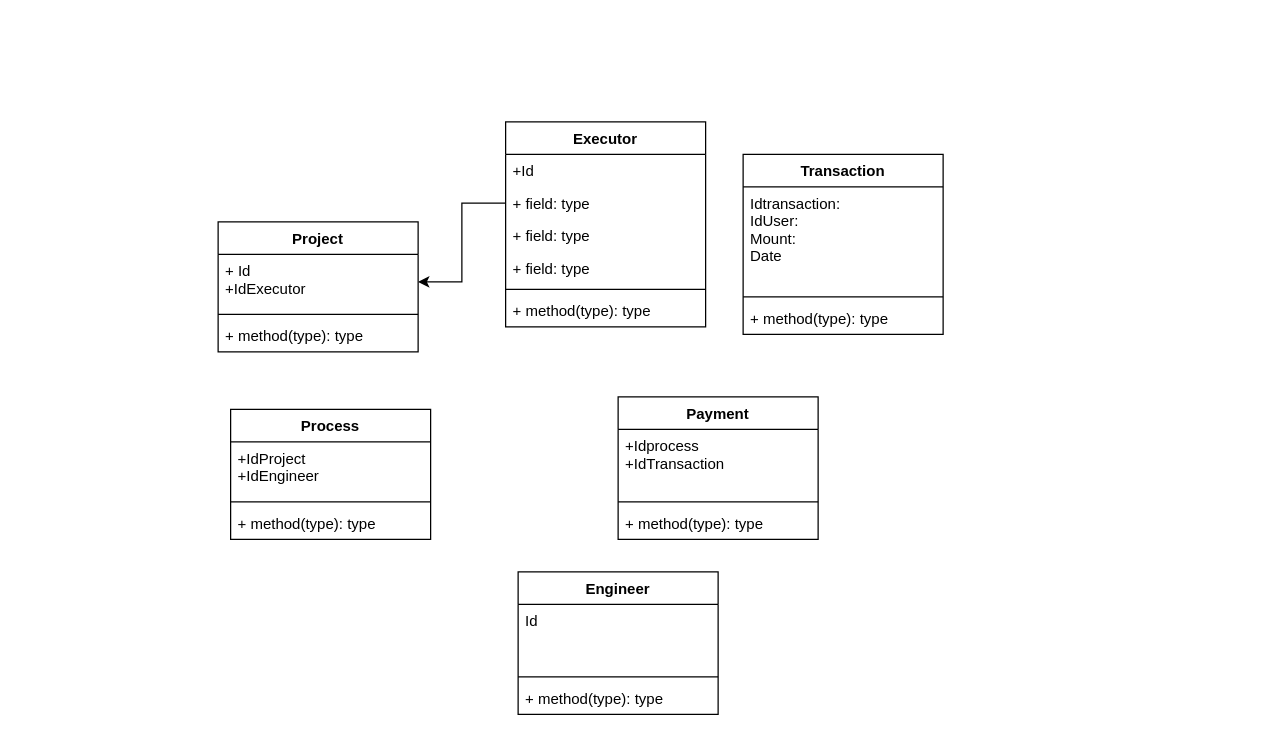
Earlier version of the draw.io diagram GasUnit.drawio (amirkarami-dev/UML-VahedGas). Source tidied: cells renumbered, new cells numbered last; positions are measured from the earlier drawing's top-left corner, leaving out a move shared by most shapes. Both pictures are drawn from the tidied source at 125%, with x=0, y=0 at pixel (218, 121).
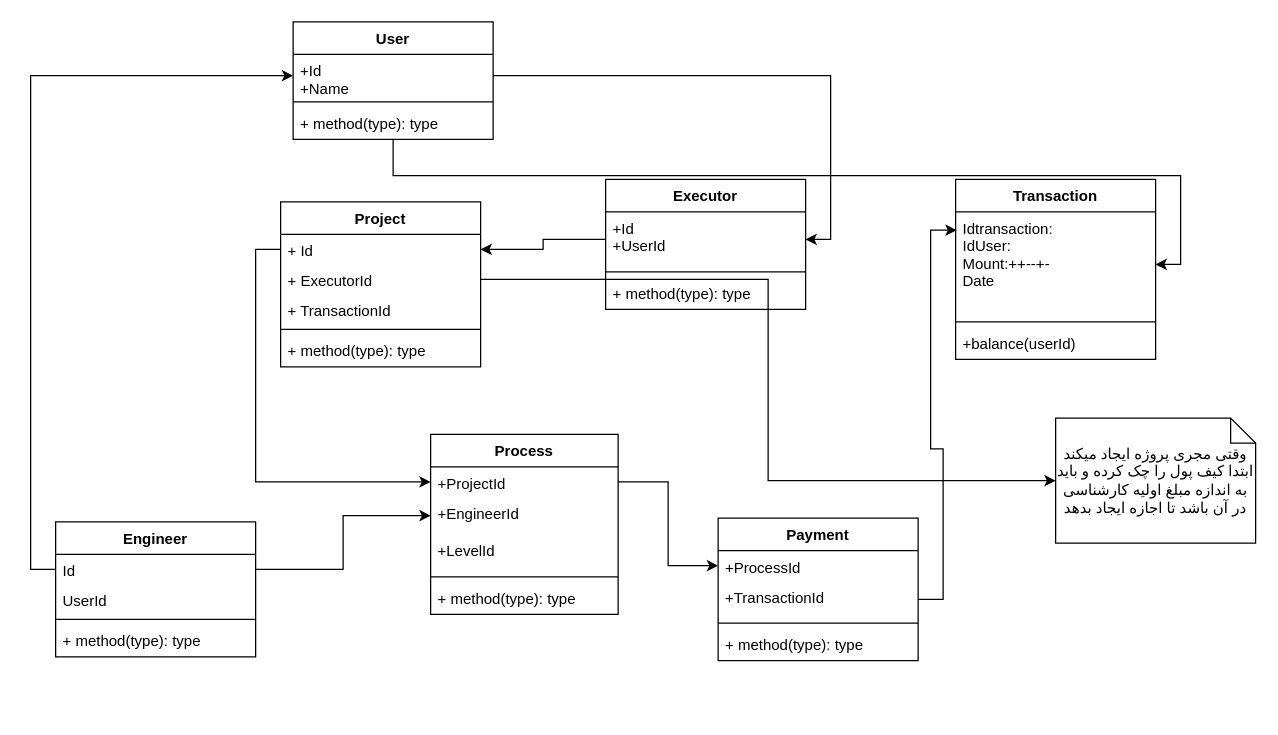
Above is the later version.

What changed in the source:
```diff
@@
     <mxCell id="2" value="Executor" style="swimlane;fontStyle=1;align=center;verticalAlign=top;horizontal=1;startSize=26;" parent="1" vertex="1">
-      <mxGeometry x="230" width="160" height="164" as="geometry" />
+      <mxGeometry x="310" y="46" width="160" height="104" as="geometry" />
     </mxCell>
-    <mxCell id="3" value="+Id" style="text;strokeColor=none;fillColor=none;align=left;verticalAlign=top;spacingLeft=4;spacingRight=4;overflow=hidden;points=[[0,0.5],[1,0.5]];portConstraint=eastwest;" parent="2" vertex="1">
-      <mxGeometry y="26" width="160" height="26" as="geometry" />
+    <mxCell id="3" value="+Id&#10;+UserId" style="text;strokeColor=none;fillColor=none;align=left;verticalAlign=top;spacingLeft=4;spacingRight=4;overflow=hidden;points=[[0,0.5],[1,0.5]];portConstraint=eastwest;" parent="2" vertex="1">
+      <mxGeometry y="26" width="160" height="44" as="geometry" />
     </mxCell>
-    <mxCell id="4" value="+ field: type" style="text;strokeColor=none;fillColor=none;align=left;verticalAlign=top;spacingLeft=4;spacingRight=4;overflow=hidden;points=[[0,0.5],[1,0.5]];portConstraint=eastwest;" parent="2" vertex="1">
-      <mxGeometry y="52" width="160" height="26" as="geometry" />
-    </mxCell>
-    <mxCell id="5" value="+ field: type" style="text;strokeColor=none;fillColor=none;align=left;verticalAlign=top;spacingLeft=4;spacingRight=4;overflow=hidden;" parent="2" vertex="1">
-      <mxGeometry y="78" width="160" height="26" as="geometry" />
-    </mxCell>
-    <mxCell id="6" value="+ field: type" style="text;strokeColor=none;fillColor=none;align=left;verticalAlign=top;spacingLeft=4;spacingRight=4;overflow=hidden;" parent="2" vertex="1">
-      <mxGeometry y="104" width="160" height="26" as="geometry" />
-    </mxCell>
     <mxCell id="7" style="line;strokeWidth=1;fillColor=none;align=left;verticalAlign=middle;spacingTop=-1;spacingLeft=3;spacingRight=3;labelPosition=right;" parent="2" vertex="1">
-      <mxGeometry y="130" width="160" height="8" as="geometry" />
+      <mxGeometry y="70" width="160" height="8" as="geometry" />
     </mxCell>
     <mxCell id="8" value="+ method(type): type" style="text;strokeColor=none;fillColor=none;align=left;verticalAlign=top;spacingLeft=4;spacingRight=4;overflow=hidden;" parent="2" vertex="1">
-      <mxGeometry y="138" width="160" height="26" as="geometry" />
+      <mxGeometry y="78" width="160" height="26" as="geometry" />
     </mxCell>
     <mxCell id="9" value="Project" style="swimlane;fontStyle=1;align=center;verticalAlign=top;horizontal=1;startSize=26;" parent="1" vertex="1">
-      <mxGeometry y="80" width="160" height="104" as="geometry" />
+      <mxGeometry x="50" y="64" width="160" height="132" as="geometry" />
     </mxCell>
-    <mxCell id="10" value="+ Id&#10;+IdExecutor" style="text;strokeColor=none;fillColor=none;align=left;verticalAlign=top;spacingLeft=4;spacingRight=4;overflow=hidden;points=[[0,0.5],[1,0.5]];portConstraint=eastwest;" parent="9" vertex="1">
-      <mxGeometry y="26" width="160" height="44" as="geometry" />
+    <mxCell id="10" value="+ Id" style="text;strokeColor=none;fillColor=none;align=left;verticalAlign=top;spacingLeft=4;spacingRight=4;overflow=hidden;points=[[0,0.5],[1,0.5]];portConstraint=eastwest;" parent="9" vertex="1">
+      <mxGeometry y="26" width="160" height="24" as="geometry" />
     </mxCell>
+    <mxCell id="30" value="+ ExecutorId" style="text;strokeColor=none;fillColor=none;align=left;verticalAlign=top;spacingLeft=4;spacingRight=4;overflow=hidden;points=[[0,0.5],[1,0.5]];portConstraint=eastwest;" parent="9" vertex="1">
+      <mxGeometry y="50" width="160" height="24" as="geometry" />
+    </mxCell>
+    <mxCell id="31" value="+ TransactionId" style="text;strokeColor=none;fillColor=none;align=left;verticalAlign=top;spacingLeft=4;spacingRight=4;overflow=hidden;" parent="9" vertex="1">
+      <mxGeometry y="74" width="160" height="24" as="geometry" />
+    </mxCell>
     <mxCell id="11" style="line;strokeWidth=1;fillColor=none;align=left;verticalAlign=middle;spacingTop=-1;spacingLeft=3;spacingRight=3;labelPosition=right;" parent="9" vertex="1">
-      <mxGeometry y="70" width="160" height="8" as="geometry" />
+      <mxGeometry y="98" width="160" height="8" as="geometry" />
     </mxCell>
     <mxCell id="12" value="+ method(type): type" style="text;strokeColor=none;fillColor=none;align=left;verticalAlign=top;spacingLeft=4;spacingRight=4;overflow=hidden;" parent="9" vertex="1">
-      <mxGeometry y="78" width="160" height="26" as="geometry" />
+      <mxGeometry y="106" width="160" height="26" as="geometry" />
     </mxCell>
     <mxCell id="13" value="Payment" style="swimlane;fontStyle=1;align=center;verticalAlign=top;horizontal=1;startSize=26;" parent="1" vertex="1">
-      <mxGeometry x="320" y="220" width="160" height="114" as="geometry" />
+      <mxGeometry x="400" y="317" width="160" height="114" as="geometry" />
     </mxCell>
-    <mxCell id="14" value="+Idprocess&#10;+IdTransaction" style="text;strokeColor=none;fillColor=none;align=left;verticalAlign=top;spacingLeft=4;spacingRight=4;overflow=hidden;points=[[0,0.5],[1,0.5]];portConstraint=eastwest;" parent="13" vertex="1">
-      <mxGeometry y="26" width="160" height="54" as="geometry" />
+    <mxCell id="14" value="+ProcessId" style="text;strokeColor=none;fillColor=none;align=left;verticalAlign=top;spacingLeft=4;spacingRight=4;overflow=hidden;points=[[0,0.5],[1,0.5]];portConstraint=eastwest;" parent="13" vertex="1">
+      <mxGeometry y="26" width="160" height="24" as="geometry" />
     </mxCell>
+    <mxCell id="32" value="+TransactionId" style="text;strokeColor=none;fillColor=none;spacingLeft=4;spacingRight=4;overflow=hidden;points=[[0,0.5],[1,0.5]];portConstraint=eastwest;fontSize=12;" parent="13" vertex="1">
+      <mxGeometry y="50" width="160" height="30" as="geometry" />
+    </mxCell>
@@
     <mxCell id="17" value="Process" style="swimlane;fontStyle=1;align=center;verticalAlign=top;horizontal=1;startSize=26;" parent="1" vertex="1">
-      <mxGeometry x="10" y="230" width="160" height="104" as="geometry" />
+      <mxGeometry x="170" y="250" width="150" height="144" as="geometry" />
     </mxCell>
-    <mxCell id="18" value="+IdProject&#10;+IdEngineer" style="text;strokeColor=none;fillColor=none;align=left;verticalAlign=top;spacingLeft=4;spacingRight=4;overflow=hidden;points=[[0,0.5],[1,0.5]];portConstraint=eastwest;" parent="17" vertex="1">
-      <mxGeometry y="26" width="160" height="44" as="geometry" />
+    <mxCell id="18" value="+ProjectId" style="text;strokeColor=none;fillColor=none;align=left;verticalAlign=top;spacingLeft=4;spacingRight=4;overflow=hidden;points=[[0,0.5],[1,0.5]];portConstraint=eastwest;" parent="17" vertex="1">
+      <mxGeometry y="26" width="150" height="24" as="geometry" />
     </mxCell>
+    <mxCell id="33" value="+EngineerId" style="text;strokeColor=none;fillColor=none;spacingLeft=4;spacingRight=4;overflow=hidden;points=[[0,0.5],[1,0.5]];portConstraint=eastwest;fontSize=12;" parent="17" vertex="1">
+      <mxGeometry y="50" width="150" height="30" as="geometry" />
+    </mxCell>
+    <mxCell id="34" value="+LevelId" style="text;strokeColor=none;fillColor=none;spacingLeft=4;spacingRight=4;overflow=hidden;fontSize=12;" parent="17" vertex="1">
+      <mxGeometry y="80" width="150" height="30" as="geometry" />
+    </mxCell>
     <mxCell id="19" style="line;strokeWidth=1;fillColor=none;align=left;verticalAlign=middle;spacingTop=-1;spacingLeft=3;spacingRight=3;labelPosition=right;" parent="17" vertex="1">
-      <mxGeometry y="70" width="160" height="8" as="geometry" />
+      <mxGeometry y="110" width="150" height="8" as="geometry" />
     </mxCell>
     <mxCell id="20" value="+ method(type): type" style="text;strokeColor=none;fillColor=none;align=left;verticalAlign=top;spacingLeft=4;spacingRight=4;overflow=hidden;" parent="17" vertex="1">
-      <mxGeometry y="78" width="160" height="26" as="geometry" />
+      <mxGeometry y="118" width="150" height="26" as="geometry" />
     </mxCell>
     <mxCell id="21" value="Engineer" style="swimlane;fontStyle=1;align=center;verticalAlign=top;horizontal=1;startSize=26;" parent="1" vertex="1">
-      <mxGeometry x="240" y="360" width="160" height="114" as="geometry" />
+      <mxGeometry x="-130" y="320" width="160" height="108" as="geometry" />
     </mxCell>
     <mxCell id="22" value="Id" style="text;strokeColor=none;fillColor=none;align=left;verticalAlign=top;spacingLeft=4;spacingRight=4;overflow=hidden;points=[[0,0.5],[1,0.5]];portConstraint=eastwest;" parent="21" vertex="1">
-      <mxGeometry y="26" width="160" height="54" as="geometry" />
+      <mxGeometry y="26" width="160" height="24" as="geometry" />
     </mxCell>
+    <mxCell id="35" value="UserId" style="text;strokeColor=none;fillColor=none;align=left;verticalAlign=top;spacingLeft=4;spacingRight=4;overflow=hidden;" parent="21" vertex="1">
+      <mxGeometry y="50" width="160" height="24" as="geometry" />
+    </mxCell>
     <mxCell id="23" style="line;strokeWidth=1;fillColor=none;align=left;verticalAlign=middle;spacingTop=-1;spacingLeft=3;spacingRight=3;labelPosition=right;" parent="21" vertex="1">
-      <mxGeometry y="80" width="160" height="8" as="geometry" />
+      <mxGeometry y="74" width="160" height="8" as="geometry" />
     </mxCell>
     <mxCell id="24" value="+ method(type): type" style="text;strokeColor=none;fillColor=none;align=left;verticalAlign=top;spacingLeft=4;spacingRight=4;overflow=hidden;" parent="21" vertex="1">
-      <mxGeometry y="88" width="160" height="26" as="geometry" />
+      <mxGeometry y="82" width="160" height="26" as="geometry" />
     </mxCell>
     <mxCell id="25" value="Transaction" style="swimlane;fontStyle=1;align=center;verticalAlign=top;horizontal=1;startSize=26;" parent="1" vertex="1">
-      <mxGeometry x="420" y="26" width="160" height="144" as="geometry" />
+      <mxGeometry x="590" y="46" width="160" height="144" as="geometry" />
     </mxCell>
-    <mxCell id="26" value="Idtransaction:&#10;IdUser:&#10;Mount:&#10;Date" style="text;strokeColor=none;fillColor=none;align=left;verticalAlign=top;spacingLeft=4;spacingRight=4;overflow=hidden;points=[[0,0.5],[1,0.5]];portConstraint=eastwest;" parent="25" vertex="1">
+    <mxCell id="26" value="Idtransaction:&#10;IdUser:&#10;Mount:++--+-&#10;Date" style="text;strokeColor=none;fillColor=none;align=left;verticalAlign=top;spacingLeft=4;spacingRight=4;overflow=hidden;points=[[0,0.5],[1,0.5]];portConstraint=eastwest;" parent="25" vertex="1">
       <mxGeometry y="26" width="160" height="84" as="geometry" />
     </mxCell>
@@
-    <mxCell id="28" value="+ method(type): type" style="text;strokeColor=none;fillColor=none;align=left;verticalAlign=top;spacingLeft=4;spacingRight=4;overflow=hidden;" parent="25" vertex="1">
+    <mxCell id="28" value="+balance(userId)" style="text;strokeColor=none;fillColor=none;align=left;verticalAlign=top;spacingLeft=4;spacingRight=4;overflow=hidden;" parent="25" vertex="1">
       <mxGeometry y="118" width="160" height="26" as="geometry" />
     </mxCell>
-    <mxCell id="29" style="edgeStyle=orthogonalEdgeStyle;rounded=0;jettySize=auto;html=1;entryX=1;entryY=0.5;entryDx=0;entryDy=0;" parent="1" edge="1" source="4" target="10">
-      <mxGeometry relative="1" as="geometry" />
-    </mxCell>
+    <mxCell id="36" style="edgeStyle=orthogonalEdgeStyle;rounded=0;jettySize=auto;html=1;entryX=1;entryY=0.5;entryDx=0;entryDy=0;" parent="1" edge="1" source="3" target="10">
+      <mxGeometry relative="1" as="geometry" />
+    </mxCell>
+    <mxCell id="37" style="edgeStyle=orthogonalEdgeStyle;rounded=0;jettySize=auto;html=1;entryX=1;entryY=0.5;entryDx=0;entryDy=0;" parent="1" edge="1" source="38" target="26">
+      <mxGeometry relative="1" as="geometry" />
+    </mxCell>
+    <mxCell id="38" value="User" style="swimlane;fontStyle=1;align=center;verticalAlign=top;horizontal=1;startSize=26;" parent="1" vertex="1">
+      <mxGeometry x="60" y="-80" width="160" height="94" as="geometry" />
+    </mxCell>
+    <mxCell id="39" value="+Id&#10;+Name" style="text;strokeColor=none;fillColor=none;align=left;verticalAlign=top;spacingLeft=4;spacingRight=4;overflow=hidden;points=[[0,0.5],[1,0.5]];portConstraint=eastwest;" parent="38" vertex="1">
+      <mxGeometry y="26" width="160" height="34" as="geometry" />
+    </mxCell>
+    <mxCell id="40" style="line;strokeWidth=1;fillColor=none;align=left;verticalAlign=middle;spacingTop=-1;spacingLeft=3;spacingRight=3;labelPosition=right;" parent="38" vertex="1">
+      <mxGeometry y="60" width="160" height="8" as="geometry" />
+    </mxCell>
+    <mxCell id="41" value="+ method(type): type" style="text;strokeColor=none;fillColor=none;align=left;verticalAlign=top;spacingLeft=4;spacingRight=4;overflow=hidden;" parent="38" vertex="1">
+      <mxGeometry y="68" width="160" height="26" as="geometry" />
+    </mxCell>
+    <mxCell id="42" style="edgeStyle=orthogonalEdgeStyle;rounded=0;jettySize=auto;html=1;entryX=1;entryY=0.5;entryDx=0;entryDy=0;" parent="1" edge="1" source="39" target="3">
+      <mxGeometry relative="1" as="geometry" />
+    </mxCell>
+    <mxCell id="43" style="edgeStyle=orthogonalEdgeStyle;rounded=0;jettySize=auto;html=1;" parent="1" edge="1" source="18" target="14">
+      <mxGeometry relative="1" as="geometry" />
+    </mxCell>
+    <mxCell id="44" style="edgeStyle=orthogonalEdgeStyle;rounded=0;jettySize=auto;html=1;entryX=0.005;entryY=0.174;entryDx=0;entryDy=0;entryPerimeter=0;" parent="1" edge="1" source="32" target="26">
+      <mxGeometry relative="1" as="geometry" />
+    </mxCell>
+    <mxCell id="45" style="edgeStyle=orthogonalEdgeStyle;rounded=0;jettySize=auto;html=1;entryX=0;entryY=0.5;entryDx=0;entryDy=0;" parent="1" edge="1" source="22" target="33">
+      <mxGeometry relative="1" as="geometry" />
+    </mxCell>
+    <mxCell id="46" style="edgeStyle=orthogonalEdgeStyle;rounded=0;jettySize=auto;html=1;entryX=0;entryY=0.5;entryDx=0;entryDy=0;exitX=0;exitY=0.5;exitDx=0;exitDy=0;" parent="1" edge="1" source="10" target="18">
+      <mxGeometry relative="1" as="geometry" />
+    </mxCell>
+    <mxCell id="47" style="edgeStyle=orthogonalEdgeStyle;rounded=0;jettySize=auto;html=1;entryX=0;entryY=0.5;entryDx=0;entryDy=0;exitX=0;exitY=0.5;exitDx=0;exitDy=0;" parent="1" edge="1" source="22" target="39">
+      <mxGeometry relative="1" as="geometry" />
+    </mxCell>
+    <mxCell id="48" value="وقتی مجری پروژه ایجاد میکند ابتدا کیف پول را چک کرده و باید به اندازه مبلغ اولیه کارشناسی در آن باشد تا اجازه ایجاد بدهد" style="shape=note;size=20;whiteSpace=wrap;html=1;" parent="1" vertex="1">
+      <mxGeometry x="670" y="237" width="160" height="100" as="geometry" />
+    </mxCell>
+    <mxCell id="49" style="edgeStyle=orthogonalEdgeStyle;rounded=0;jettySize=auto;html=1;entryX=0;entryY=0.5;entryDx=0;entryDy=0;entryPerimeter=0;" parent="1" edge="1" source="30" target="48">
+      <mxGeometry relative="1" as="geometry" />
+    </mxCell>
```
